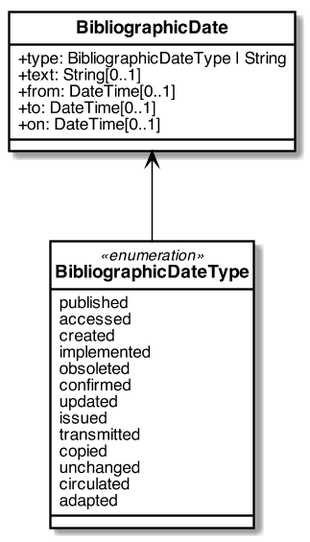
Above: images/RelBib_Date.png in relaton/relaton-models (PlantUML), before the change.
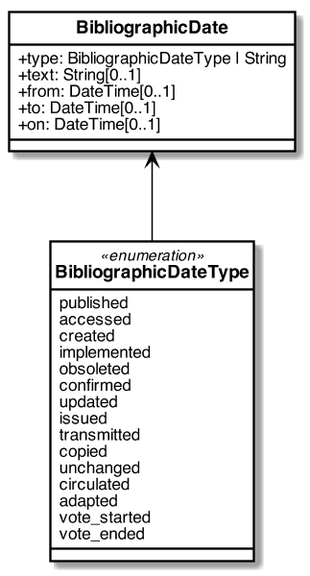
After the commit.

Commit message:
vote dates: https://github.com/metanorma/metanorma-standoc/issues/247

What changed in the source:
```diff
@@ -62,6 +62,8 @@
     unchanged
     circulated
     adapted
+    vote_started
+    vote_ended
 }
 
 
```
